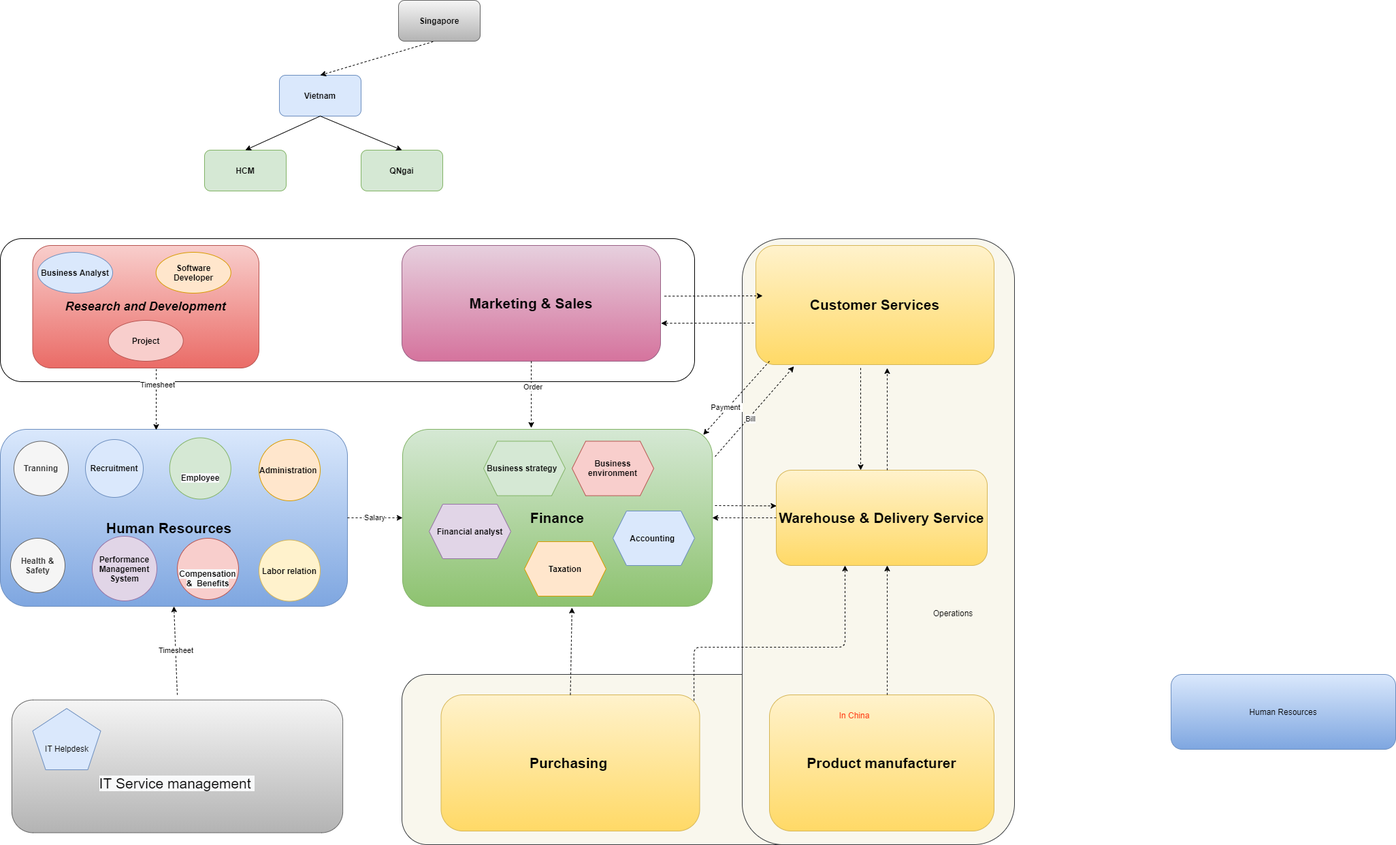
Before: 03_staff/Department_Organizational_chart-Org_Chart.png, a diagram exported from draw.io (letrthong/business). Source tidied: cells renumbered, new cells last; positions are measured from the earlier drawing's top-left corner, leaving out a move shared by most shapes.
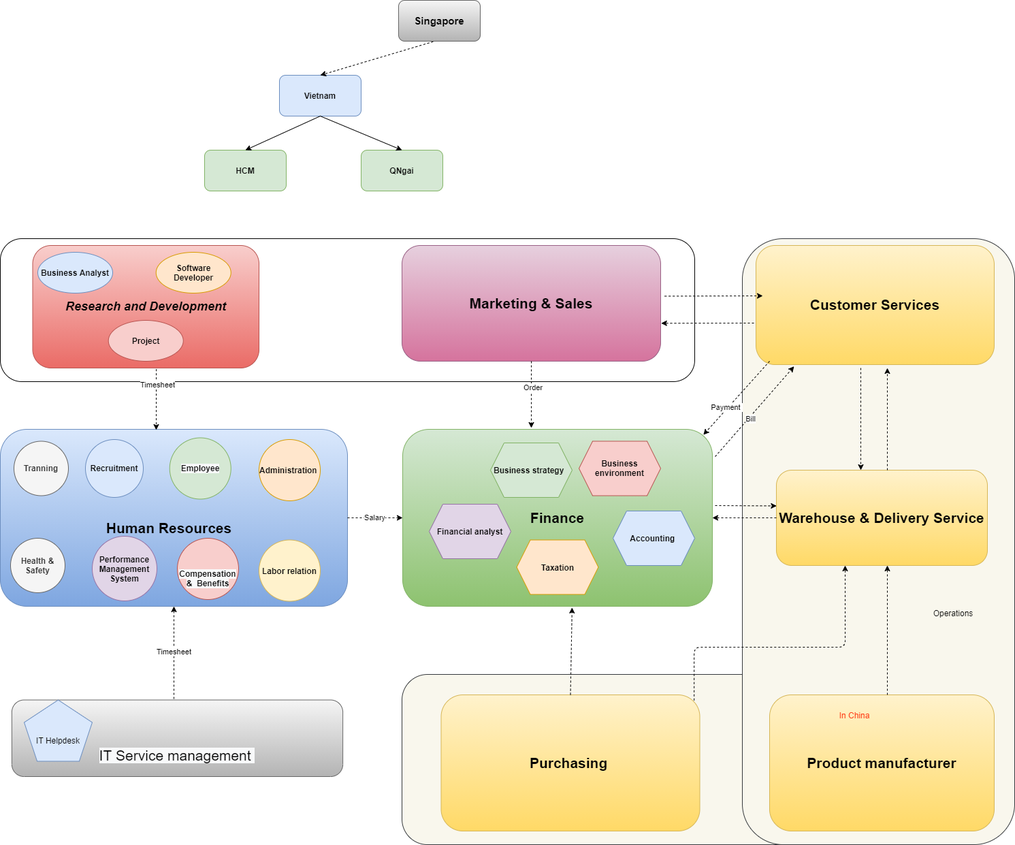
After the change.

Diff of the diagram source:
```diff
@@ -24,7 +24,7 @@
       <mxGeometry x="1110" y="360" width="350" height="175" as="geometry" />
     </mxCell>
     <mxCell id="9" value="&lt;font style=&quot;font-size: 21px&quot;&gt;&lt;br&gt;&lt;br&gt;&lt;span style=&quot;color: rgb(0 , 0 , 0) ; font-family: &amp;#34;helvetica&amp;#34; ; font-style: normal ; font-weight: 400 ; letter-spacing: normal ; text-align: center ; text-indent: 0px ; text-transform: none ; word-spacing: 0px ; background-color: rgb(248 , 249 , 250) ; display: inline ; float: none&quot;&gt;IT Service management&amp;nbsp;&lt;/span&gt;&lt;br&gt;&lt;/font&gt;" style="rounded=1;whiteSpace=wrap;html=1;gradientColor=#b3b3b3;fillColor=#f5f5f5;strokeColor=#666666;arcSize=16;" parent="1" vertex="1">
-      <mxGeometry x="16.9" y="1027.5" width="486.2" height="195" as="geometry" />
+      <mxGeometry x="16.9" y="1027.5" width="486.2" height="112.5" as="geometry" />
     </mxCell>
     <mxCell id="10" value="&lt;span&gt;&lt;font style=&quot;font-size: 21px&quot;&gt;&lt;b&gt;Marketing &amp;amp; Sales&lt;/b&gt;&lt;/font&gt;&lt;/span&gt;" style="rounded=1;whiteSpace=wrap;html=1;gradientColor=#d5739d;fillColor=#e6d0de;strokeColor=#996185;arcSize=16;" parent="1" vertex="1">
       <mxGeometry x="590" y="360" width="380" height="170" as="geometry" />
@@ -47,9 +47,6 @@
     <mxCell id="16" value="&lt;b&gt;HCM&lt;/b&gt;" style="rounded=1;whiteSpace=wrap;html=1;fillColor=#d5e8d4;strokeColor=#82b366;" parent="1" vertex="1">
       <mxGeometry x="300" y="220" width="120" height="60" as="geometry" />
     </mxCell>
-    <mxCell id="17" value="Human Resources" style="rounded=1;whiteSpace=wrap;html=1;fillColor=#dae8fc;strokeColor=#6c8ebf;gradientColor=#7ea6e0;" parent="1" vertex="1">
-      <mxGeometry x="1720" y="990" width="330" height="110" as="geometry" />
-    </mxCell>
     <mxCell id="18" style="endArrow=classic;html=1;exitX=0.5;exitY=1;exitDx=0;exitDy=0;entryX=0.5;entryY=0;entryDx=0;entryDy=0;" parent="1" edge="1" source="14" target="16">
       <mxGeometry relative="1" as="geometry" />
     </mxCell>
@@ -62,7 +59,7 @@
     <mxCell id="21" value="&lt;span&gt;&lt;b&gt;Recruitment&lt;/b&gt;&lt;/span&gt;" style="ellipse;whiteSpace=wrap;html=1;fillColor=#dae8fc;strokeColor=#6c8ebf;" parent="1" vertex="1">
       <mxGeometry x="125" y="645" width="85" height="85" as="geometry" />
     </mxCell>
-    <mxCell id="22" value="&lt;b&gt;&lt;br&gt;&lt;br&gt;&lt;span style=&quot;color: rgb(0 , 0 , 0) ; font-family: &amp;#34;helvetica&amp;#34; ; font-size: 12px ; font-style: normal ; letter-spacing: normal ; text-align: center ; text-indent: 0px ; text-transform: none ; word-spacing: 0px ; background-color: rgb(248 , 249 , 250) ; display: inline ; float: none&quot;&gt;Employee&lt;/span&gt;&lt;br&gt;&lt;/b&gt;" style="ellipse;whiteSpace=wrap;html=1;fillColor=#d5e8d4;strokeColor=#82b366;" parent="1" vertex="1">
+    <mxCell id="22" value="&lt;b&gt;&lt;span style=&quot;color: rgb(0 , 0 , 0) ; font-family: &amp;#34;helvetica&amp;#34; ; font-size: 12px ; font-style: normal ; letter-spacing: normal ; text-align: center ; text-indent: 0px ; text-transform: none ; word-spacing: 0px ; background-color: rgb(248 , 249 , 250) ; display: inline ; float: none&quot;&gt;Employee&lt;/span&gt;&lt;br&gt;&lt;/b&gt;" style="ellipse;whiteSpace=wrap;html=1;fillColor=#d5e8d4;strokeColor=#82b366;" parent="1" vertex="1">
       <mxGeometry x="248.8" y="642.5" width="90" height="90" as="geometry" />
     </mxCell>
     <mxCell id="23" value="&lt;b&gt;Health &amp;amp; Safety&lt;/b&gt;" style="ellipse;whiteSpace=wrap;html=1;fillColor=#f5f5f5;strokeColor=#666666;fontColor=#333333;" parent="1" vertex="1">
@@ -163,10 +160,10 @@
     </mxCell>
     <mxCell id="46" value="Timesheet" style="endArrow=classic;html=1;dashed=1;entryX=0.5;entryY=1;entryDx=0;entryDy=0;" parent="1" edge="1" target="13">
       <mxGeometry relative="1" as="geometry">
-        <mxPoint x="260" y="1020" as="sourcePoint" />
+        <mxPoint x="255" y="1026" as="sourcePoint" />
       </mxGeometry>
     </mxCell>
-    <mxCell id="47" value="&lt;b&gt;Singapore &lt;/b&gt;" style="rounded=1;whiteSpace=wrap;html=1;fillColor=#f5f5f5;strokeColor=#666666;gradientColor=#b3b3b3;" parent="1" vertex="1">
+    <mxCell id="47" value="&lt;b&gt;&lt;font style=&quot;font-size: 15px&quot;&gt;Singapore &lt;/font&gt;&lt;/b&gt;" style="rounded=1;whiteSpace=wrap;html=1;fillColor=#f5f5f5;strokeColor=#666666;gradientColor=#b3b3b3;" parent="1" vertex="1">
       <mxGeometry x="585" width="120" height="60" as="geometry" />
     </mxCell>
     <mxCell id="48" style="endArrow=classic;html=1;dashed=1;exitX=0.423;exitY=1.012;exitDx=0;exitDy=0;exitPerimeter=0;entryX=0.5;entryY=0;entryDx=0;entryDy=0;" parent="1" edge="1" source="47" target="14">
@@ -185,13 +182,13 @@
       <mxGeometry x="900" y="750" width="120" height="80" as="geometry" />
     </mxCell>
     <mxCell id="53" value="&lt;span&gt;&lt;b&gt;Taxation&lt;/b&gt;&lt;/span&gt;" style="shape=hexagon;perimeter=hexagonPerimeter2;whiteSpace=wrap;html=1;fixedSize=1;fillColor=#ffe6cc;strokeColor=#d79b00;" parent="1" vertex="1">
-      <mxGeometry x="770" y="795" width="120" height="80" as="geometry" />
+      <mxGeometry x="758.5" y="792.5" width="120" height="80" as="geometry" />
     </mxCell>
     <mxCell id="54" value="&lt;b&gt;Financial analyst&lt;/b&gt;" style="shape=hexagon;perimeter=hexagonPerimeter2;whiteSpace=wrap;html=1;fixedSize=1;fillColor=#e1d5e7;strokeColor=#9673a6;" parent="1" vertex="1">
       <mxGeometry x="630" y="740" width="120" height="80" as="geometry" />
     </mxCell>
     <mxCell id="55" value="&lt;span&gt;&lt;b&gt;Business environment&lt;/b&gt;&lt;/span&gt;" style="shape=hexagon;perimeter=hexagonPerimeter2;whiteSpace=wrap;html=1;fixedSize=1;fillColor=#f8cecc;strokeColor=#b85450;" parent="1" vertex="1">
-      <mxGeometry x="840" y="647.5" width="120" height="80" as="geometry" />
+      <mxGeometry x="850" y="647.5" width="120" height="80" as="geometry" />
     </mxCell>
     <mxCell id="56" value="&lt;span&gt;&lt;b&gt;Business Analyst&lt;/b&gt;&lt;/span&gt;" style="ellipse;whiteSpace=wrap;html=1;fillColor=#dae8fc;strokeColor=#6c8ebf;" parent="1" vertex="1">
       <mxGeometry x="55" y="370" width="110" height="60" as="geometry" />
@@ -203,10 +200,10 @@
       <mxGeometry x="158.8" y="470" width="110" height="60" as="geometry" />
     </mxCell>
     <mxCell id="59" value="&lt;br&gt;&lt;br&gt;&lt;span style=&quot;font-family: &amp;#34;helvetica&amp;#34;&quot;&gt;IT&amp;nbsp;&lt;/span&gt;&lt;span style=&quot;font-family: &amp;#34;helvetica&amp;#34;&quot;&gt;Helpdesk&lt;/span&gt;" style="whiteSpace=wrap;html=1;shape=mxgraph.basic.pentagon;fillColor=#dae8fc;strokeColor=#6c8ebf;" parent="1" vertex="1">
-      <mxGeometry x="47.5" y="1040" width="100" height="90" as="geometry" />
+      <mxGeometry x="35" y="1027.5" width="100" height="90" as="geometry" />
     </mxCell>
     <mxCell id="60" value="&lt;b&gt;Business strategy&amp;nbsp;&amp;nbsp;&lt;/b&gt;" style="shape=hexagon;perimeter=hexagonPerimeter2;whiteSpace=wrap;html=1;fixedSize=1;fillColor=#d5e8d4;strokeColor=#82b366;" parent="1" vertex="1">
-      <mxGeometry x="710" y="647.5" width="120" height="80" as="geometry" />
+      <mxGeometry x="720" y="650" width="120" height="80" as="geometry" />
     </mxCell>
   </root>
 </mxGraphModel>
```
